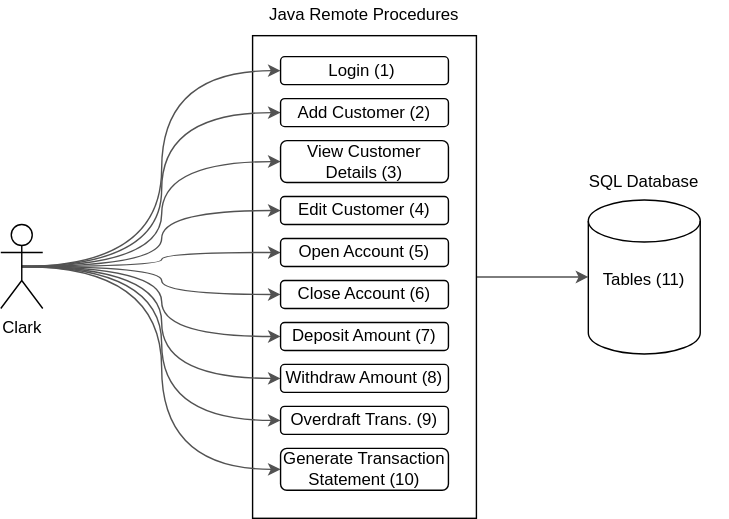
Before: System Design.svg, a diagram exported from draw.io (lolcats111/JDBC-Project-Group-B). Source tidied: cells renumbered, new cells last; positions are measured from the earlier drawing's top-left corner, leaving out a move shared by most shapes. The source it was exported from:
```xml
<mxGraphModel>
  <root>
    <mxCell id="0" />
    <mxCell id="1" parent="0" />
    <mxCell id="2" style="edgeStyle=orthogonalEdgeStyle;curved=1;rounded=0;jettySize=auto;html=1;exitX=1;exitY=0.5;exitDx=0;exitDy=0;strokeColor=#525252;" parent="1" edge="1" source="3" target="26">
      <mxGeometry relative="1" as="geometry" />
    </mxCell>
    <mxCell id="3" style="rounded=0;whiteSpace=wrap;html=1;" parent="1" vertex="1">
      <mxGeometry x="180" y="25" width="160" height="345" as="geometry" />
    </mxCell>
    <mxCell id="4" style="edgeStyle=orthogonalEdgeStyle;curved=1;rounded=0;jettySize=auto;html=1;exitX=0.5;exitY=0.5;exitDx=0;exitDy=0;exitPerimeter=0;entryX=0;entryY=0.5;entryDx=0;entryDy=0;strokeColor=#525252;" parent="1" edge="1" source="14" target="15">
      <mxGeometry relative="1" as="geometry" />
    </mxCell>
    <mxCell id="5" style="edgeStyle=orthogonalEdgeStyle;curved=1;rounded=0;jettySize=auto;html=1;exitX=0.5;exitY=0.5;exitDx=0;exitDy=0;exitPerimeter=0;entryX=0;entryY=0.5;entryDx=0;entryDy=0;strokeColor=#525252;" parent="1" edge="1" source="14" target="16">
      <mxGeometry relative="1" as="geometry" />
    </mxCell>
    <mxCell id="6" style="edgeStyle=orthogonalEdgeStyle;curved=1;rounded=0;jettySize=auto;html=1;exitX=0.5;exitY=0.5;exitDx=0;exitDy=0;exitPerimeter=0;entryX=0;entryY=0.5;entryDx=0;entryDy=0;strokeColor=#525252;" parent="1" edge="1" source="14" target="24">
      <mxGeometry relative="1" as="geometry" />
    </mxCell>
    <mxCell id="7" style="edgeStyle=orthogonalEdgeStyle;curved=1;rounded=0;jettySize=auto;html=1;exitX=0.5;exitY=0.5;exitDx=0;exitDy=0;exitPerimeter=0;entryX=0;entryY=0.5;entryDx=0;entryDy=0;strokeColor=#525252;" parent="1" edge="1" source="14" target="17">
      <mxGeometry relative="1" as="geometry" />
    </mxCell>
    <mxCell id="8" style="edgeStyle=orthogonalEdgeStyle;curved=1;rounded=0;jettySize=auto;html=1;exitX=0.5;exitY=0.5;exitDx=0;exitDy=0;exitPerimeter=0;entryX=0;entryY=0.5;entryDx=0;entryDy=0;strokeColor=#525252;" parent="1" edge="1" source="14" target="18">
      <mxGeometry relative="1" as="geometry" />
    </mxCell>
    <mxCell id="9" style="edgeStyle=orthogonalEdgeStyle;curved=1;rounded=0;jettySize=auto;html=1;exitX=0.5;exitY=0.5;exitDx=0;exitDy=0;exitPerimeter=0;entryX=0;entryY=0.5;entryDx=0;entryDy=0;strokeColor=#525252;" parent="1" edge="1" source="14" target="19">
      <mxGeometry relative="1" as="geometry" />
    </mxCell>
    <mxCell id="10" style="edgeStyle=orthogonalEdgeStyle;curved=1;rounded=0;jettySize=auto;html=1;exitX=0.5;exitY=0.5;exitDx=0;exitDy=0;exitPerimeter=0;entryX=0;entryY=0.5;entryDx=0;entryDy=0;strokeColor=#525252;" parent="1" edge="1" source="14" target="20">
      <mxGeometry relative="1" as="geometry" />
    </mxCell>
    <mxCell id="11" style="edgeStyle=orthogonalEdgeStyle;curved=1;rounded=0;jettySize=auto;html=1;exitX=0.5;exitY=0.5;exitDx=0;exitDy=0;exitPerimeter=0;entryX=0;entryY=0.5;entryDx=0;entryDy=0;strokeColor=#525252;" parent="1" edge="1" source="14" target="21">
      <mxGeometry relative="1" as="geometry" />
    </mxCell>
    <mxCell id="12" style="edgeStyle=orthogonalEdgeStyle;curved=1;rounded=0;jettySize=auto;html=1;exitX=0.5;exitY=0.5;exitDx=0;exitDy=0;exitPerimeter=0;entryX=0;entryY=0.5;entryDx=0;entryDy=0;strokeColor=#525252;" parent="1" edge="1" source="14" target="22">
      <mxGeometry relative="1" as="geometry" />
    </mxCell>
    <mxCell id="13" style="edgeStyle=orthogonalEdgeStyle;curved=1;rounded=0;jettySize=auto;html=1;exitX=0.5;exitY=0.5;exitDx=0;exitDy=0;exitPerimeter=0;entryX=0;entryY=0.5;entryDx=0;entryDy=0;strokeColor=#525252;" parent="1" edge="1" source="14" target="23">
      <mxGeometry relative="1" as="geometry" />
    </mxCell>
    <mxCell id="14" value="Clark" style="shape=umlActor;verticalLabelPosition=bottom;verticalAlign=top;html=1;outlineConnect=0;" parent="1" vertex="1">
      <mxGeometry y="160" width="30" height="60" as="geometry" />
    </mxCell>
    <mxCell id="15" value="Login (1)&amp;nbsp;" style="rounded=1;whiteSpace=wrap;html=1;" parent="1" vertex="1">
      <mxGeometry x="200" y="40" width="120" height="20" as="geometry" />
    </mxCell>
    <mxCell id="16" value="Add Customer (2)" style="rounded=1;whiteSpace=wrap;html=1;" parent="1" vertex="1">
      <mxGeometry x="200" y="70" width="120" height="20" as="geometry" />
    </mxCell>
    <mxCell id="17" value="Edit Customer (4)" style="rounded=1;whiteSpace=wrap;html=1;" parent="1" vertex="1">
      <mxGeometry x="200" y="140" width="120" height="20" as="geometry" />
    </mxCell>
    <mxCell id="18" value="Open Account (5)" style="rounded=1;whiteSpace=wrap;html=1;" parent="1" vertex="1">
      <mxGeometry x="200" y="170" width="120" height="20" as="geometry" />
    </mxCell>
    <mxCell id="19" value="Close Account (6)" style="rounded=1;whiteSpace=wrap;html=1;" parent="1" vertex="1">
      <mxGeometry x="200" y="200" width="120" height="20" as="geometry" />
    </mxCell>
    <mxCell id="20" value="Deposit Amount (7)" style="rounded=1;whiteSpace=wrap;html=1;" parent="1" vertex="1">
      <mxGeometry x="200" y="230" width="120" height="20" as="geometry" />
    </mxCell>
    <mxCell id="21" value="Withdraw Amount (8)" style="rounded=1;whiteSpace=wrap;html=1;" parent="1" vertex="1">
      <mxGeometry x="200" y="260" width="120" height="20" as="geometry" />
    </mxCell>
    <mxCell id="22" value="Overdraft Trans. (9)" style="rounded=1;whiteSpace=wrap;html=1;" parent="1" vertex="1">
      <mxGeometry x="200" y="290" width="120" height="20" as="geometry" />
    </mxCell>
    <mxCell id="23" value="Generate Transaction Statement (10)" style="rounded=1;whiteSpace=wrap;html=1;" parent="1" vertex="1">
      <mxGeometry x="200" y="320" width="120" height="30" as="geometry" />
    </mxCell>
    <mxCell id="24" value="View Customer Details (3)" style="rounded=1;whiteSpace=wrap;html=1;" parent="1" vertex="1">
      <mxGeometry x="200" y="100" width="120" height="30" as="geometry" />
    </mxCell>
    <mxCell id="25" value="Java Remote Procedures" style="text;html=1;strokeColor=none;fillColor=none;align=center;verticalAlign=middle;whiteSpace=wrap;rounded=0;" parent="1" vertex="1">
      <mxGeometry x="185" width="150" height="20" as="geometry" />
    </mxCell>
    <mxCell id="26" style="shape=cylinder3;whiteSpace=wrap;html=1;boundedLbl=1;backgroundOutline=1;size=15;" parent="1" vertex="1">
      <mxGeometry x="420" y="142.5" width="80" height="110" as="geometry" />
    </mxCell>
    <mxCell id="27" value="SQL Database" style="text;html=1;strokeColor=none;fillColor=none;align=center;verticalAlign=middle;whiteSpace=wrap;rounded=0;" parent="1" vertex="1">
      <mxGeometry x="400" y="120" width="120" height="20" as="geometry" />
    </mxCell>
    <mxCell id="28" value="Tables (11)" style="text;html=1;strokeColor=none;fillColor=none;align=center;verticalAlign=middle;whiteSpace=wrap;rounded=0;" parent="1" vertex="1">
      <mxGeometry x="400" y="190" width="120" height="20" as="geometry" />
    </mxCell>
  </root>
</mxGraphModel>
```
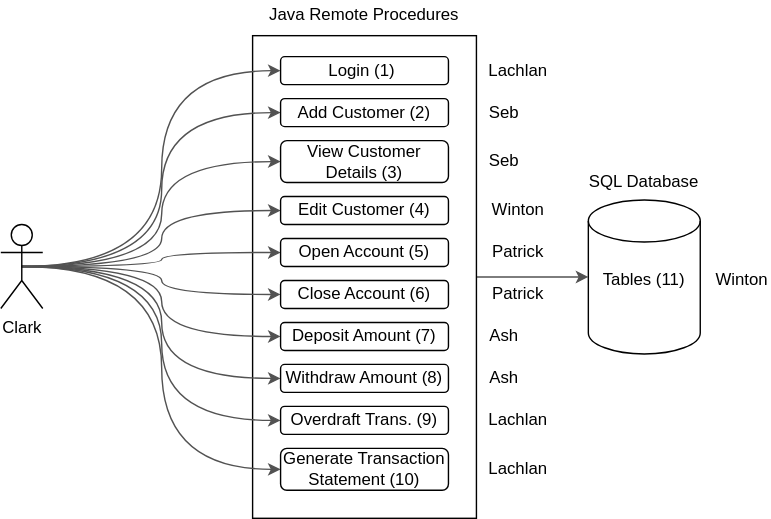
The same diagram one commit later.

The edit, as a diff of the source:
```diff
@@ -83,5 +83,38 @@
     <mxCell id="28" value="Tables (11)" style="text;html=1;strokeColor=none;fillColor=none;align=center;verticalAlign=middle;whiteSpace=wrap;rounded=0;" parent="1" vertex="1">
       <mxGeometry x="400" y="190" width="120" height="20" as="geometry" />
     </mxCell>
+    <mxCell id="29" value="Seb" style="text;html=1;strokeColor=none;fillColor=none;align=center;verticalAlign=middle;whiteSpace=wrap;rounded=0;" parent="1" vertex="1">
+      <mxGeometry x="340" y="70" width="40" height="20" as="geometry" />
+    </mxCell>
+    <mxCell id="30" value="Seb" style="text;html=1;strokeColor=none;fillColor=none;align=center;verticalAlign=middle;whiteSpace=wrap;rounded=0;" parent="1" vertex="1">
+      <mxGeometry x="340" y="105" width="40" height="20" as="geometry" />
+    </mxCell>
+    <mxCell id="31" value="Ash" style="text;html=1;strokeColor=none;fillColor=none;align=center;verticalAlign=middle;whiteSpace=wrap;rounded=0;" parent="1" vertex="1">
+      <mxGeometry x="340" y="230" width="40" height="20" as="geometry" />
+    </mxCell>
+    <mxCell id="32" value="Ash" style="text;html=1;strokeColor=none;fillColor=none;align=center;verticalAlign=middle;whiteSpace=wrap;rounded=0;" parent="1" vertex="1">
+      <mxGeometry x="340" y="260" width="40" height="20" as="geometry" />
+    </mxCell>
+    <mxCell id="33" value="Winton" style="text;html=1;strokeColor=none;fillColor=none;align=center;verticalAlign=middle;whiteSpace=wrap;rounded=0;" parent="1" vertex="1">
+      <mxGeometry x="350" y="140" width="40" height="20" as="geometry" />
+    </mxCell>
+    <mxCell id="34" value="Winton" style="text;html=1;strokeColor=none;fillColor=none;align=center;verticalAlign=middle;whiteSpace=wrap;rounded=0;" parent="1" vertex="1">
+      <mxGeometry x="510" y="190" width="40" height="20" as="geometry" />
+    </mxCell>
+    <mxCell id="35" value="Patrick" style="text;html=1;strokeColor=none;fillColor=none;align=center;verticalAlign=middle;whiteSpace=wrap;rounded=0;" parent="1" vertex="1">
+      <mxGeometry x="350" y="170" width="40" height="20" as="geometry" />
+    </mxCell>
+    <mxCell id="36" value="Patrick" style="text;html=1;strokeColor=none;fillColor=none;align=center;verticalAlign=middle;whiteSpace=wrap;rounded=0;" parent="1" vertex="1">
+      <mxGeometry x="350" y="200" width="40" height="20" as="geometry" />
+    </mxCell>
+    <mxCell id="37" value="Lachlan" style="text;html=1;strokeColor=none;fillColor=none;align=center;verticalAlign=middle;whiteSpace=wrap;rounded=0;" parent="1" vertex="1">
+      <mxGeometry x="350" y="290" width="40" height="20" as="geometry" />
+    </mxCell>
+    <mxCell id="38" value="Lachlan" style="text;html=1;strokeColor=none;fillColor=none;align=center;verticalAlign=middle;whiteSpace=wrap;rounded=0;" parent="1" vertex="1">
+      <mxGeometry x="350" y="325" width="40" height="20" as="geometry" />
+    </mxCell>
+    <mxCell id="39" value="Lachlan" style="text;html=1;strokeColor=none;fillColor=none;align=center;verticalAlign=middle;whiteSpace=wrap;rounded=0;" parent="1" vertex="1">
+      <mxGeometry x="350" y="40" width="40" height="20" as="geometry" />
+    </mxCell>
   </root>
 </mxGraphModel>
```
